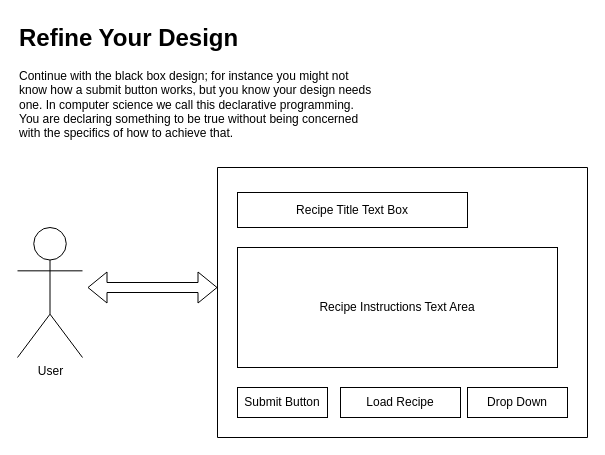
EricOrrDev/Diagrams keeps this draw.io diagram as page "Page-4" (3 of 4) of ProceduralManual.drawio. Above is the earlier version. Source tidied: cells renumbered, new cells numbered last; positions are measured from the earlier drawing's top-left corner, leaving out a move shared by most shapes. Both pictures are drawn from the tidied source at 100%, with x=0, y=0 at pixel (17, 17).
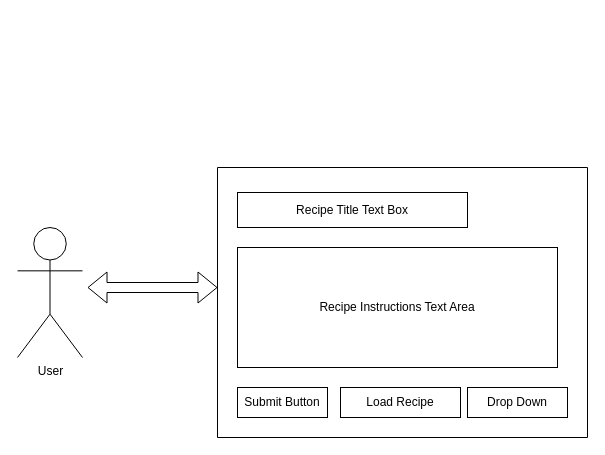
The same page after the edit.

Change to the diagram source:
```diff
@@
 <mxGraphModel>
   <root>
     <mxCell id="0" />
     <mxCell id="1" parent="0" />
     <mxCell id="2" value="&lt;div&gt;User&lt;/div&gt;" style="shape=umlActor;verticalLabelPosition=bottom;verticalAlign=top;html=1;" parent="1" vertex="1">
       <mxGeometry y="210" width="65" height="130" as="geometry" />
     </mxCell>
-    <mxCell id="3" value="&lt;h1 style=&quot;margin-top: 0px;&quot;&gt;Refine Your Design&lt;br&gt;&lt;/h1&gt;&lt;p&gt;Continue with the black box design; for instance you might not know how a submit button works, but you know your design needs one. In computer science we call this declarative programming. You are declaring something to be true without being concerned with the specifics of how to achieve that.&lt;br&gt;&lt;/p&gt;" style="text;html=1;whiteSpace=wrap;overflow=hidden;rounded=0;" parent="1" vertex="1">
-      <mxGeometry width="360" height="160" as="geometry" />
-    </mxCell>
     <mxCell id="4" style="swimlane;startSize=0;" parent="1" vertex="1">
       <mxGeometry x="200" y="150" width="370" height="270" as="geometry" />
     </mxCell>
     <mxCell id="5" value="&lt;div&gt;Submit Button&lt;/div&gt;" style="rounded=0;whiteSpace=wrap;html=1;" parent="4" vertex="1">
       <mxGeometry x="20" y="220" width="90" height="30" as="geometry" />
     </mxCell>
     <mxCell id="6" value="Recipe Title Text Box" style="rounded=0;whiteSpace=wrap;html=1;" parent="4" vertex="1">
       <mxGeometry x="20" y="25" width="230" height="35" as="geometry" />
     </mxCell>
     <mxCell id="7" value="Recipe Instructions Text Area" style="rounded=0;whiteSpace=wrap;html=1;" parent="4" vertex="1">
       <mxGeometry x="20" y="80" width="320" height="120" as="geometry" />
     </mxCell>
     <mxCell id="8" value="Drop Down" style="rounded=0;whiteSpace=wrap;html=1;" parent="4" vertex="1">
       <mxGeometry x="250" y="220" width="100" height="30" as="geometry" />
     </mxCell>
     <mxCell id="9" value="Load Recipe" style="rounded=0;whiteSpace=wrap;html=1;" parent="4" vertex="1">
       <mxGeometry x="123" y="220" width="120" height="30" as="geometry" />
     </mxCell>
     <mxCell id="10" style="shape=flexArrow;endArrow=classic;startArrow=classic;html=1;rounded=0;" parent="1" edge="1">
       <mxGeometry relative="1" as="geometry">
         <mxPoint x="70" y="270" as="sourcePoint" />
         <mxPoint x="200" y="270" as="targetPoint" />
       </mxGeometry>
     </mxCell>
   </root>
 </mxGraphModel>
```
